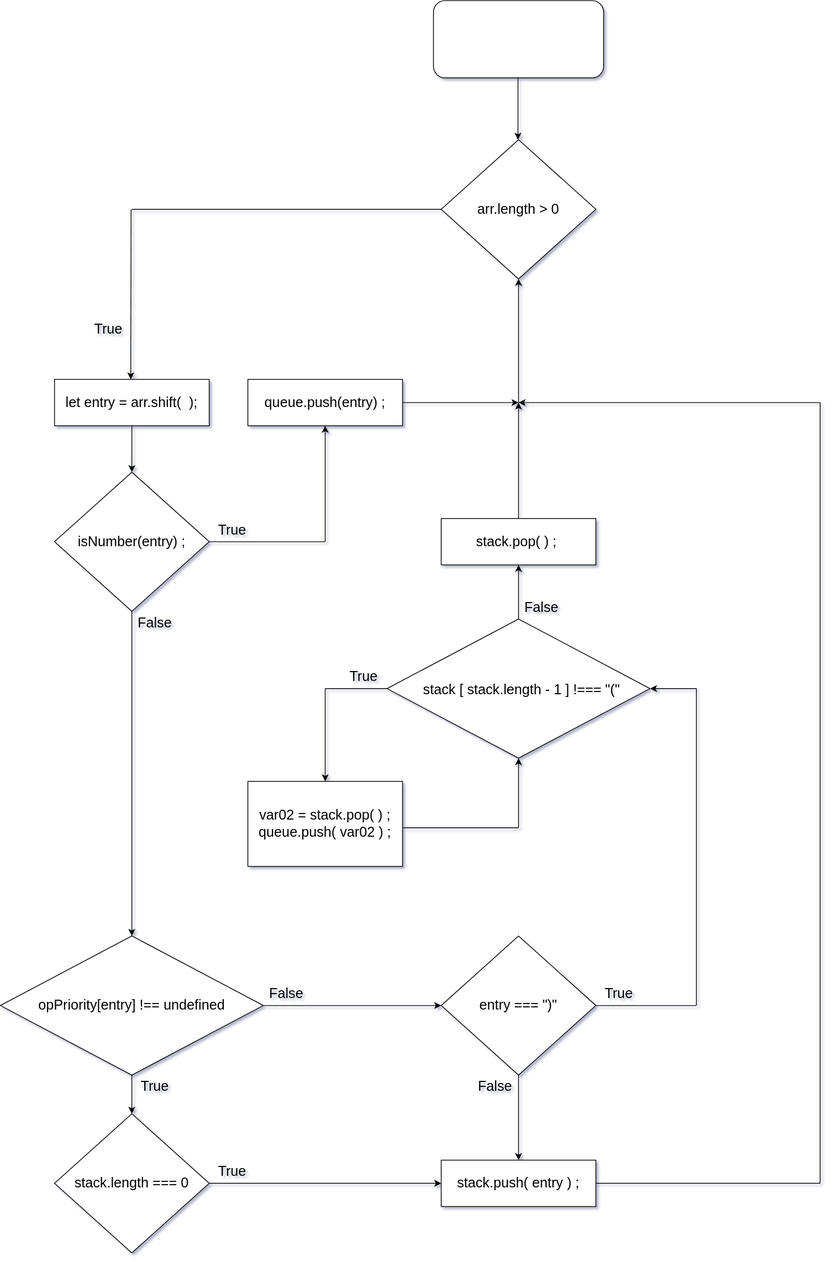
Before: Untitled Diagram.drawio.svg, a diagram exported from draw.io (jcgm3205/jcgm3205). Source tidied: cells renumbered, new cells last; positions are measured from the earlier drawing's top-left corner, leaving out a move shared by most shapes.
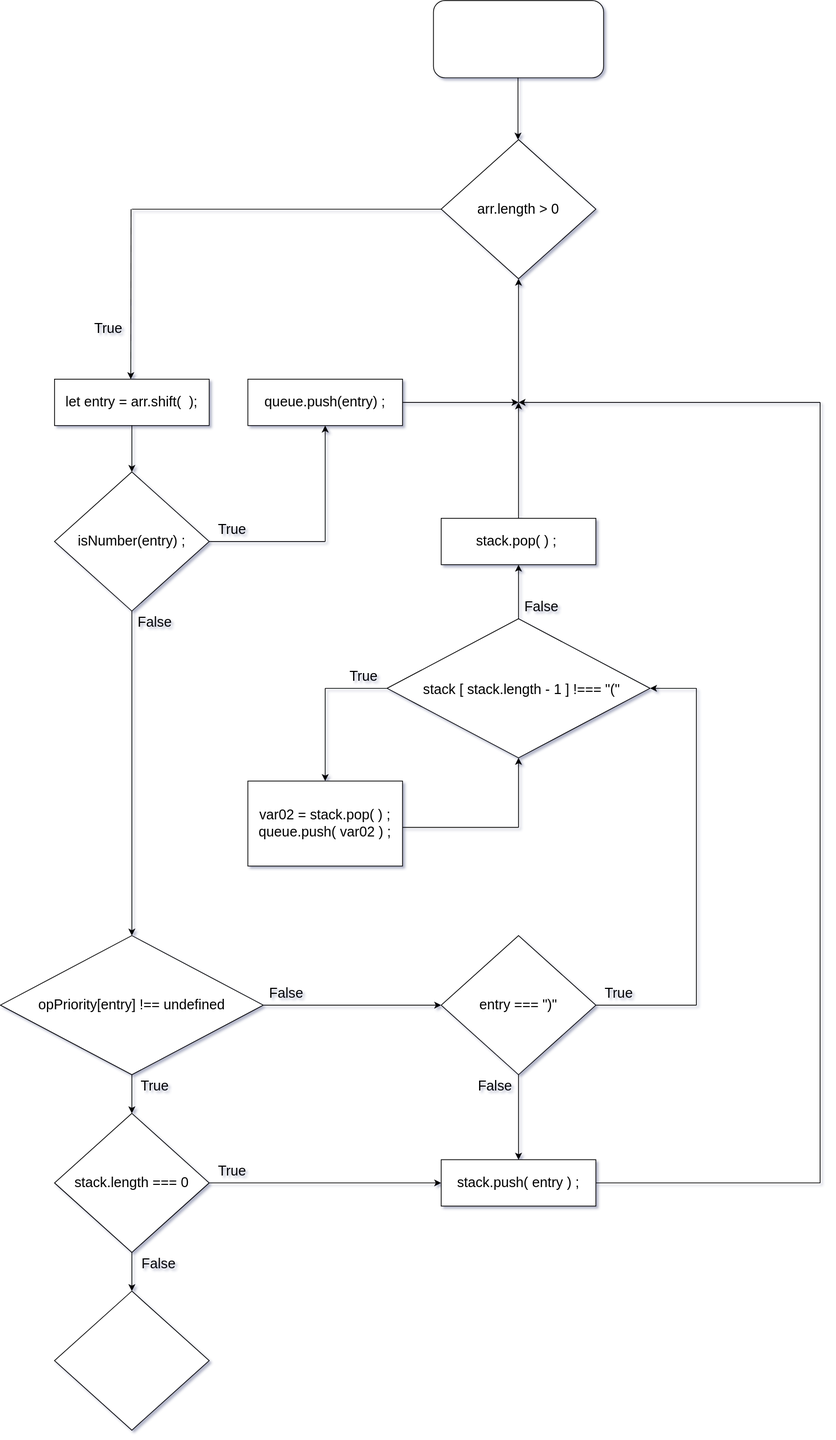
The same file after the commit.

What changed in the source:
```diff
@@ -231,5 +231,16 @@
         <mxPoint x="670" y="520" as="targetPoint" />
       </mxGeometry>
     </mxCell>
+    <mxCell id="59" style="endArrow=classic;html=1;rounded=0;fontSize=18;exitX=0.5;exitY=1;exitDx=0;exitDy=0;" parent="1" edge="1" source="48">
+      <mxGeometry relative="1" as="geometry">
+        <mxPoint x="170" y="1670" as="targetPoint" />
+      </mxGeometry>
+    </mxCell>
+    <mxCell id="60" style="rhombus;whiteSpace=wrap;html=1;fontSize=14;" parent="1" vertex="1">
+      <mxGeometry x="70" y="1670" width="200" height="180" as="geometry" />
+    </mxCell>
+    <mxCell id="61" value="False" style="text;html=1;strokeColor=none;fillColor=none;align=center;verticalAlign=middle;whiteSpace=wrap;rounded=0;fontSize=18;" parent="1" vertex="1">
+      <mxGeometry x="170" y="1620" width="70" height="30" as="geometry" />
+    </mxCell>
   </root>
 </mxGraphModel>
```
